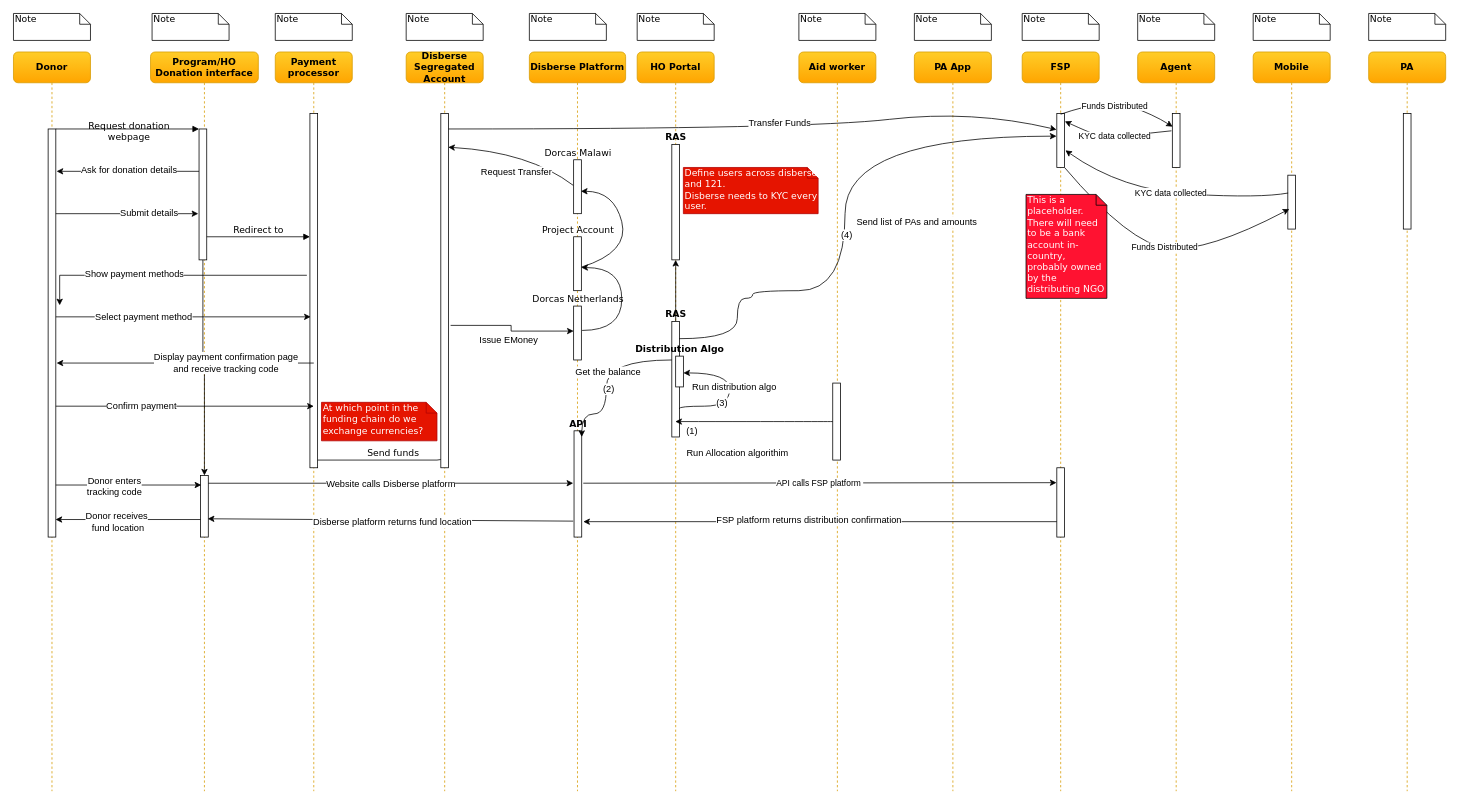
Earlier version of the draw.io diagram page "Page-1" (1 of 2) of Funds Flow Sequence Diagram.drawio (nsward/diagrams). Source tidied: cells renumbered, new cells numbered last; positions are measured from the earlier drawing's top-left corner, leaving out a move shared by most shapes. Both pictures are drawn from the tidied source at 77%, with x=0, y=0 at pixel (13, 13).
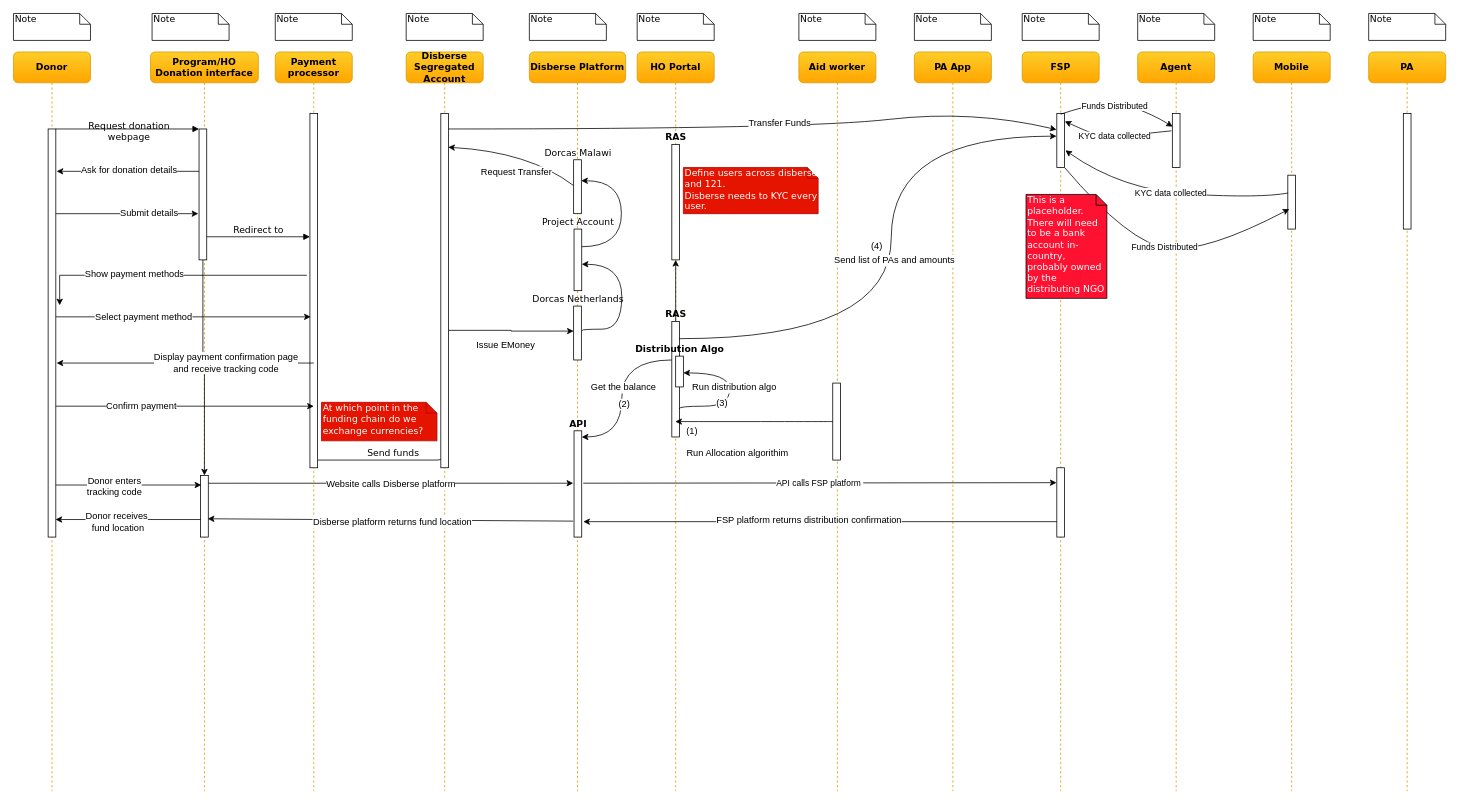
Above is the later version.

The change refers to these unchanged cells:
```xml
<mxCell id="8" value="Disberse Platform" style="shape=umlLifeline;perimeter=lifelinePerimeter;whiteSpace=wrap;html=1;rounded=1;shadow=0;comic=0;labelBackgroundColor=none;strokeColor=#d79b00;strokeWidth=1;fillColor=#ffcd28;fontFamily=Verdana;fontSize=12;fontColor=#000000;align=center;fontStyle=1;gradientColor=#ffa500;" parent="1" vertex="1">
  <mxGeometry x="670" y="50" width="125" height="960" as="geometry" />
</mxCell>
<mxCell id="10" value="Dorcas Malawi" style="html=1;points=[];perimeter=orthogonalPerimeter;rounded=0;shadow=0;comic=0;labelBackgroundColor=none;strokeColor=#000000;strokeWidth=1;fillColor=#FFFFFF;fontFamily=Verdana;fontSize=12;fontColor=#000000;align=center;verticalAlign=bottom;labelPosition=center;verticalLabelPosition=top;" parent="8" vertex="1">
  <mxGeometry x="57.5" y="140" width="10" height="70" as="geometry" />
</mxCell>
<mxCell id="12" value="Dorcas Netherlands" style="html=1;points=[];perimeter=orthogonalPerimeter;rounded=0;shadow=0;comic=0;labelBackgroundColor=none;strokeColor=#000000;strokeWidth=1;fillColor=#FFFFFF;fontFamily=Verdana;fontSize=12;fontColor=#000000;align=center;verticalAlign=bottom;labelPosition=center;verticalLabelPosition=top;" parent="8" vertex="1">
  <mxGeometry x="57.5" y="330" width="10" height="70" as="geometry" />
</mxCell>
<mxCell id="17" value="RAS" style="html=1;points=[];perimeter=orthogonalPerimeter;rounded=0;shadow=0;comic=0;labelBackgroundColor=none;strokeColor=#000000;strokeWidth=1;fillColor=#FFFFFF;fontFamily=Verdana;fontSize=12;fontColor=#000000;align=center;labelPosition=center;verticalLabelPosition=top;verticalAlign=bottom;fontStyle=1;" parent="15" vertex="1">
  <mxGeometry x="45" y="350" width="10" height="150" as="geometry" />
</mxCell>
<mxCell id="21" style="html=1;points=[];perimeter=orthogonalPerimeter;rounded=0;shadow=0;comic=0;labelBackgroundColor=none;strokeColor=#000000;strokeWidth=1;fillColor=#FFFFFF;fontFamily=Verdana;fontSize=12;fontColor=#000000;align=center;verticalAlign=bottom;labelPosition=center;verticalLabelPosition=top;direction=west;" parent="20" vertex="1">
  <mxGeometry x="45" y="80" width="10" height="70" as="geometry" />
</mxCell>
<mxCell id="48" style="html=1;points=[];perimeter=orthogonalPerimeter;rounded=0;shadow=0;comic=0;labelBackgroundColor=none;strokeColor=#000000;strokeWidth=1;fillColor=#FFFFFF;fontFamily=Verdana;fontSize=12;fontColor=#000000;align=center;labelPosition=center;verticalLabelPosition=top;verticalAlign=bottom;" parent="47" vertex="1">
  <mxGeometry x="45" y="80" width="10" height="460" as="geometry" />
</mxCell>
```

What changed in the source:
```diff
@@
     <mxCell id="9" value="Project Account" style="html=1;points=[];perimeter=orthogonalPerimeter;rounded=0;shadow=0;comic=0;labelBackgroundColor=none;strokeColor=#000000;strokeWidth=1;fillColor=#FFFFFF;fontFamily=Verdana;fontSize=12;fontColor=#000000;align=center;verticalAlign=bottom;labelPosition=center;verticalLabelPosition=top;" parent="8" vertex="1">
-      <mxGeometry x="57.5" y="240" width="10" height="70" as="geometry" />
+      <mxGeometry x="58" y="230" width="10" height="80" as="geometry" />
     </mxCell>
@@
     <mxCell id="13" style="edgeStyle=orthogonalEdgeStyle;curved=1;rounded=0;jettySize=auto;html=1;entryX=1;entryY=0.571;entryDx=0;entryDy=0;entryPerimeter=0;exitX=1.097;exitY=0.452;exitDx=0;exitDy=0;exitPerimeter=0;" parent="8" edge="1" source="12" target="9">
       <mxGeometry relative="1" as="geometry">
         <Array as="points">
-          <mxPoint x="120" y="362" />
-          <mxPoint x="120" y="280" />
+          <mxPoint x="68" y="360" />
+          <mxPoint x="120" y="360" />
+          <mxPoint x="120" y="276" />
         </Array>
       </mxGeometry>
     </mxCell>
-    <mxCell id="14" style="curved=1;endArrow=classic;html=1;exitX=1.02;exitY=0.562;exitDx=0;exitDy=0;exitPerimeter=0;entryX=0.943;entryY=0.584;entryDx=0;entryDy=0;entryPerimeter=0;" parent="8" edge="1" source="9" target="10">
-      <mxGeometry relative="1" as="geometry">
-        <Array as="points">
-          <mxPoint x="130" y="260" />
-          <mxPoint x="110" y="181" />
-        </Array>
-      </mxGeometry>
-    </mxCell>
@@
-    <mxCell id="50" style="edgeStyle=orthogonalEdgeStyle;rounded=0;jettySize=auto;html=1;entryX=0;entryY=0.464;entryDx=0;entryDy=0;entryPerimeter=0;exitX=1.27;exitY=0.598;exitDx=0;exitDy=0;exitPerimeter=0;" parent="1" edge="1" source="48" target="12">
+    <mxCell id="50" style="edgeStyle=orthogonalEdgeStyle;rounded=0;jettySize=auto;html=1;entryX=0;entryY=0.464;entryDx=0;entryDy=0;entryPerimeter=0;exitX=1.039;exitY=0.612;exitDx=0;exitDy=0;exitPerimeter=0;" parent="1" edge="1" source="48" target="12">
       <mxGeometry relative="1" as="geometry" />
     </mxCell>
@@
     <mxCell id="54" style="edgeStyle=orthogonalEdgeStyle;curved=1;rounded=0;jettySize=auto;html=1;" parent="1" edge="1" source="17">
       <mxGeometry relative="1" as="geometry">
         <mxPoint x="738" y="550" as="targetPoint" />
         <Array as="points">
-          <mxPoint x="770" y="450" />
-          <mxPoint x="770" y="520" />
-          <mxPoint x="738" y="520" />
+          <mxPoint x="790" y="450" />
+          <mxPoint x="790" y="550" />
         </Array>
       </mxGeometry>
     </mxCell>
@@
     <mxCell id="67" style="edgeStyle=orthogonalEdgeStyle;curved=1;rounded=0;jettySize=auto;html=1;entryX=1.038;entryY=0.581;entryDx=0;entryDy=0;entryPerimeter=0;exitX=0.962;exitY=0.149;exitDx=0;exitDy=0;exitPerimeter=0;" parent="1" edge="1" source="17" target="21">
       <mxGeometry relative="1" as="geometry">
         <Array as="points">
-          <mxPoint x="940" y="422" />
-          <mxPoint x="940" y="370" />
-          <mxPoint x="960" y="360" />
-          <mxPoint x="1080" y="360" />
-          <mxPoint x="1080" y="159" />
+          <mxPoint x="1140" y="422" />
+          <mxPoint x="1140" y="159" />
         </Array>
       </mxGeometry>
     </mxCell>
     <mxCell id="68" value="(4)" style="text;html=1;align=center;verticalAlign=middle;labelBackgroundColor=#ffffff;" parent="67" vertex="1">
-      <mxGeometry x="-0.07" y="-1" relative="1" as="geometry" />
+      <mxGeometry x="-0.07" y="-1" relative="1" as="geometry">
+        <mxPoint x="-21" y="-45.5" as="offset" />
+      </mxGeometry>
     </mxCell>
     <mxCell id="69" value="Send list of PAs and amounts" style="text;html=1;align=center;verticalAlign=middle;labelBackgroundColor=#ffffff;" parent="67" vertex="1">
       <mxGeometry x="-0.31" y="-1" relative="1" as="geometry">
-        <mxPoint x="110" y="-91" as="offset" />
+        <mxPoint x="19" y="-103" as="offset" />
       </mxGeometry>
     </mxCell>
@@
+    <mxCell id="99" style="edgeStyle=orthogonalEdgeStyle;curved=1;rounded=0;orthogonalLoop=1;jettySize=auto;html=1;entryX=1;entryY=0.571;entryDx=0;entryDy=0;entryPerimeter=0;exitX=1.097;exitY=0.452;exitDx=0;exitDy=0;exitPerimeter=0;" parent="1" edge="1">
+      <mxGeometry relative="1" as="geometry">
+        <mxPoint x="737.9" y="302.9" as="sourcePoint" />
+        <mxPoint x="737.4" y="217.2" as="targetPoint" />
+        <Array as="points">
+          <mxPoint x="789.5" y="302.5" />
+          <mxPoint x="789.5" y="217.5" />
+        </Array>
+      </mxGeometry>
+    </mxCell>
```
